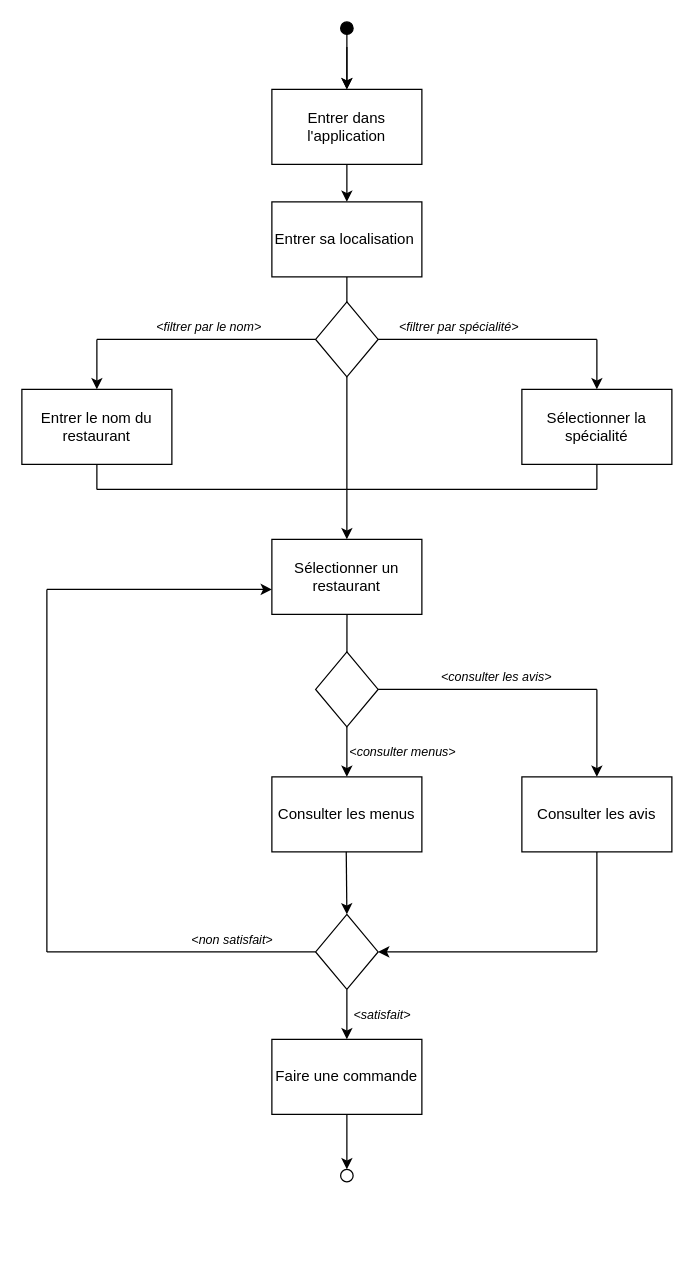
Before: page "Page-1" (1 of 2) of diagrammes/diagramme_activite.drawio in TheAIWizard/Ensaeats, a draw.io diagram. Source tidied: cells renumbered, new cells numbered last; positions are measured from the earlier drawing's top-left corner, leaving out a move shared by most shapes. Both pictures are drawn from the tidied source at 125%, with x=0, y=0 at pixel (21, 21).
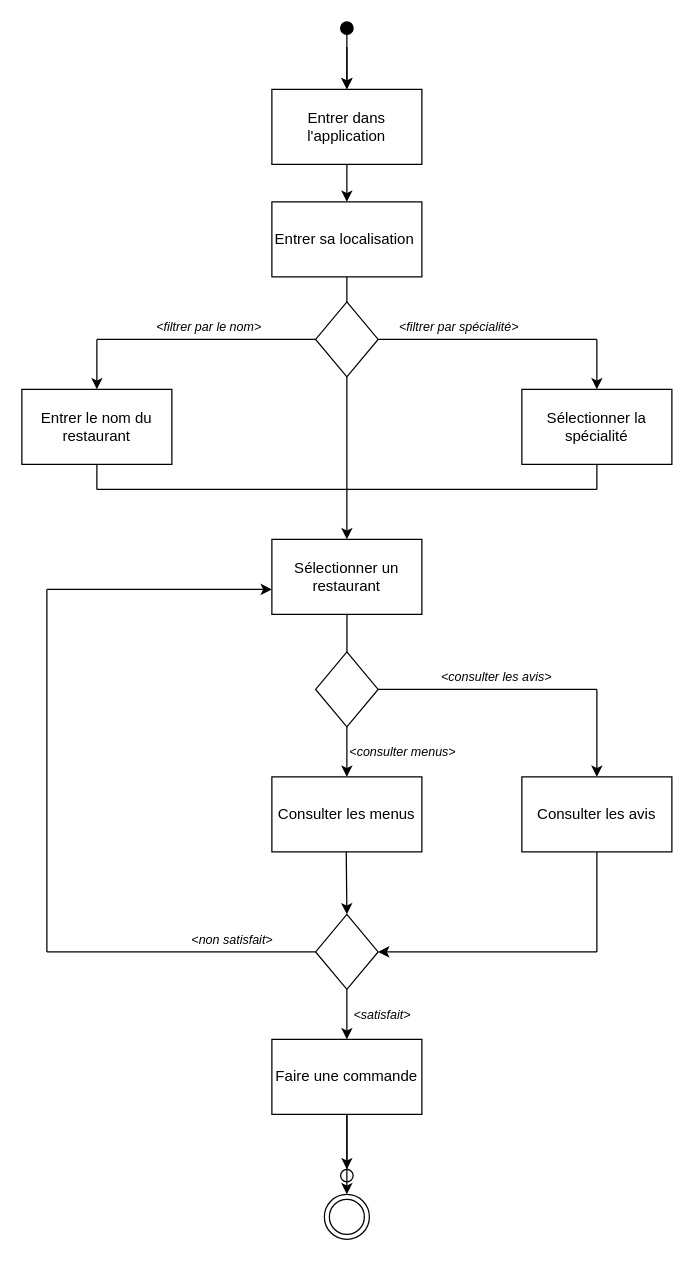
The same diagram, later.

The change refers to these unchanged cells:
```xml
<mxCell id="23" value="Faire une commande" style="whiteSpace=wrap;html=1;" parent="1" vertex="1">
  <mxGeometry x="200" y="814" width="120" height="60" as="geometry" />
</mxCell>
```

What changed in the source:
```diff
@@
+    <mxCell id="48" style="endArrow=classic;html=1;strokeColor=#000000;exitX=0.5;exitY=1;exitDx=0;exitDy=0;" parent="1" edge="1" source="23">
+      <mxGeometry relative="1" as="geometry">
+        <mxPoint x="260" y="938" as="targetPoint" />
+      </mxGeometry>
+    </mxCell>
+    <mxCell id="49" style="ellipse;shape=doubleEllipse;html=1;dashed=0;whitespace=wrap;" parent="1" vertex="1">
+      <mxGeometry x="242" y="938" width="36" height="36" as="geometry" />
+    </mxCell>
```
